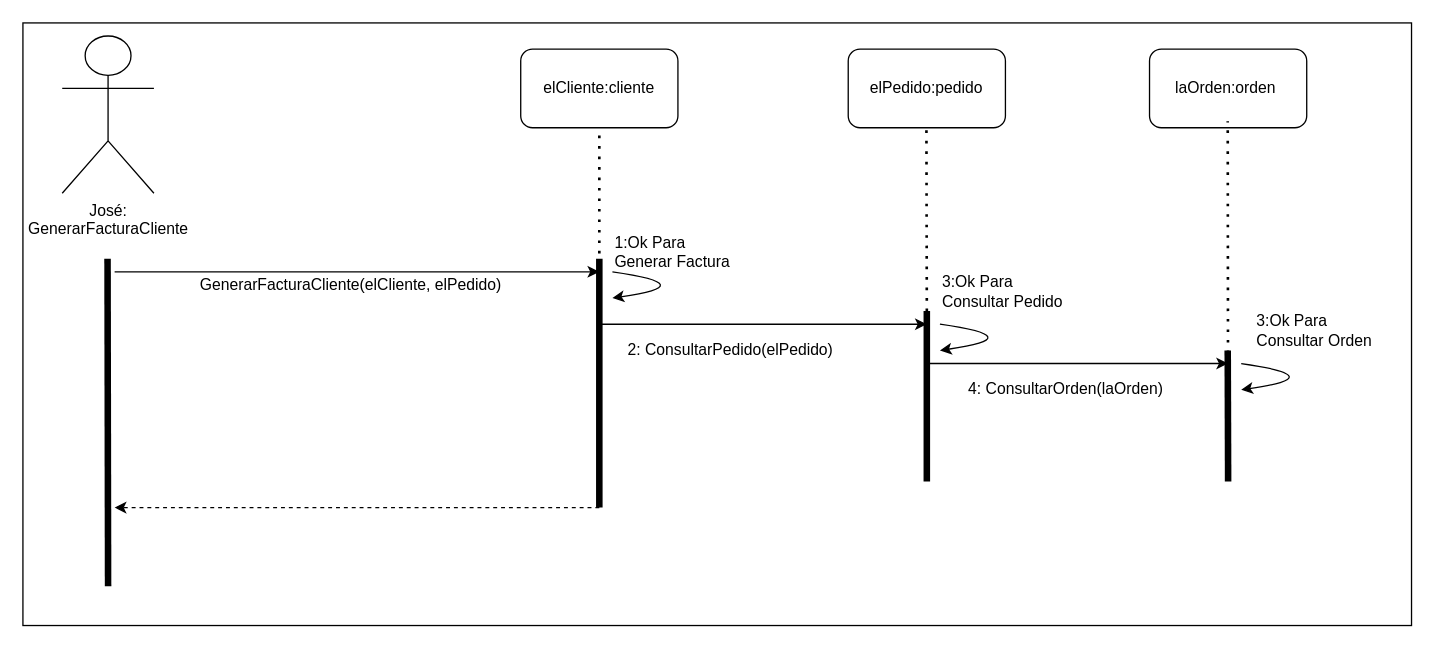
Above: page "GenerarFactura" (1 of 2) of Diseño del sistema/modulo_despachos/modulo_generarFactura.drawio in Segaretsu/diagramas (draw.io), before the change. Source tidied: cells renumbered, new cells numbered last; positions are measured from the earlier drawing's top-left corner, leaving out a move shared by most shapes. Both pictures are drawn from the tidied source at 131%, with x=0, y=0 at pixel (22, 22).
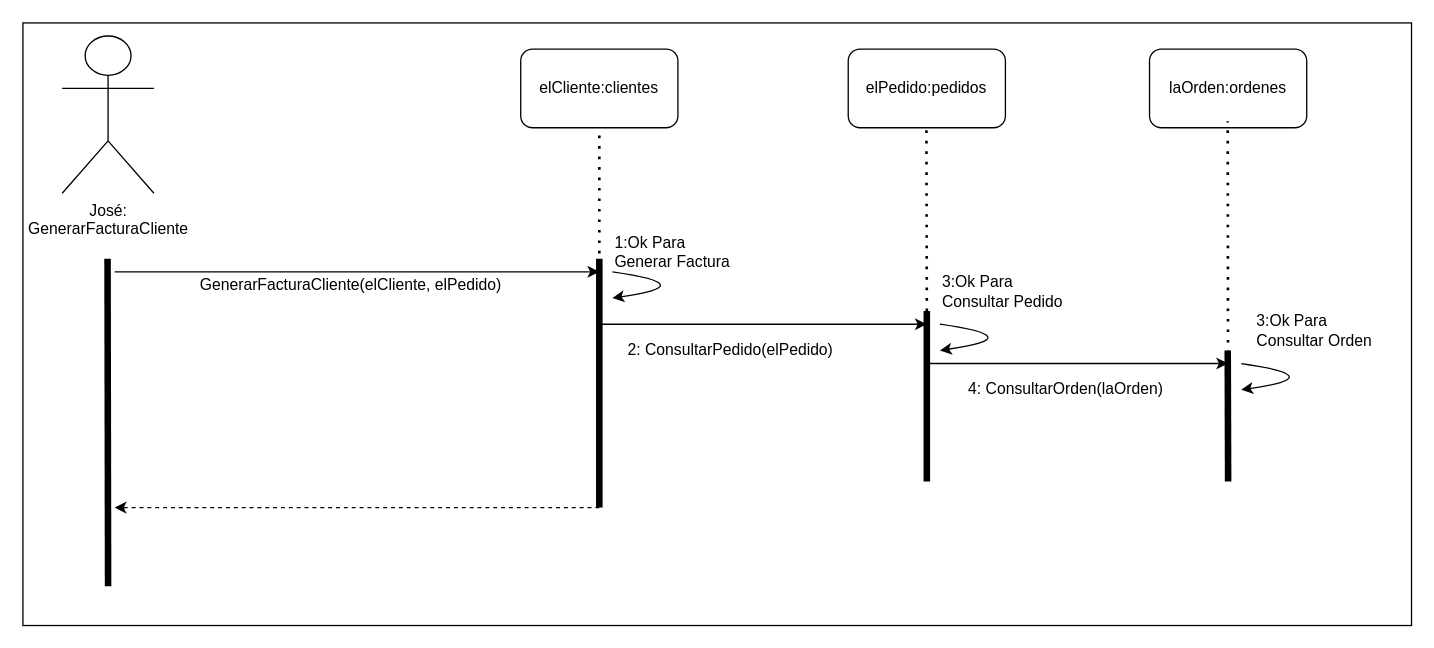
Above is the later version.

Commit message (it also covers changes not shown here):
Se actualizan diagramas

What changed in the source:
```diff
@@
-    <mxCell id="4" value="elCliente:cliente" style="rounded=1;whiteSpace=wrap;html=1;" parent="1" vertex="1">
+    <mxCell id="4" value="elCliente:clientes" style="rounded=1;whiteSpace=wrap;html=1;" parent="1" vertex="1">
       <mxGeometry x="380" y="20" width="120" height="60" as="geometry" />
     </mxCell>
-    <mxCell id="5" value="laOrden:orden&amp;nbsp;" style="rounded=1;whiteSpace=wrap;html=1;" parent="1" vertex="1">
+    <mxCell id="5" value="laOrden:ordenes" style="rounded=1;whiteSpace=wrap;html=1;" parent="1" vertex="1">
       <mxGeometry x="860" y="20" width="120" height="60" as="geometry" />
     </mxCell>
@@
-    <mxCell id="17" value="elPedido:pedido" style="rounded=1;whiteSpace=wrap;html=1;" parent="1" vertex="1">
+    <mxCell id="17" value="elPedido:pedidos" style="rounded=1;whiteSpace=wrap;html=1;" parent="1" vertex="1">
       <mxGeometry x="630" y="20" width="120" height="60" as="geometry" />
     </mxCell>
```
